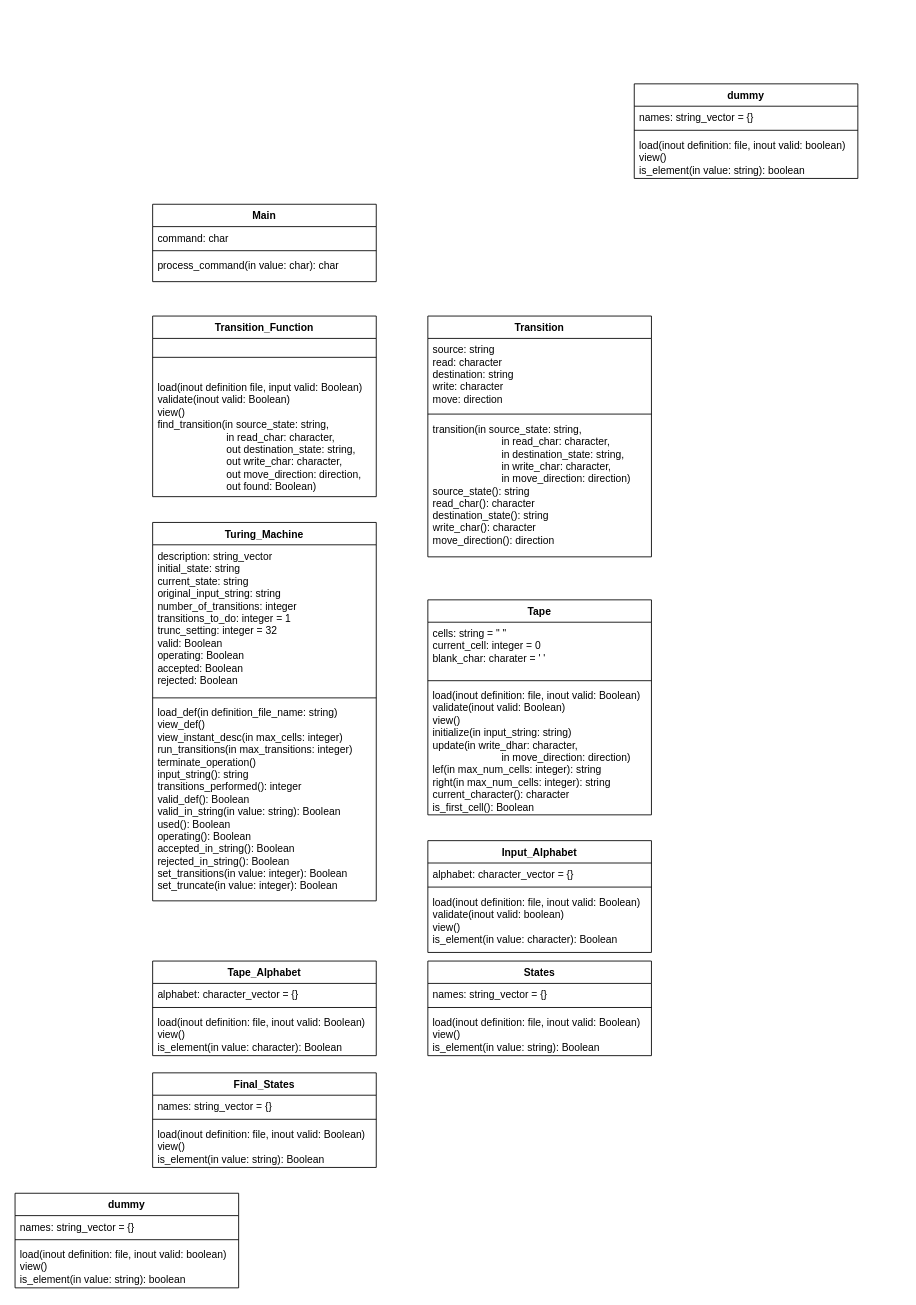
Above: TransitionFunction.drawio in IgorBCode/cv (draw.io), before the change. Source tidied: cells renumbered, new cells numbered last; positions are measured from the earlier drawing's top-left corner, leaving out a move shared by most shapes. Both pictures are drawn from the tidied source at 86%, with x=0, y=0 at pixel (15, 83).
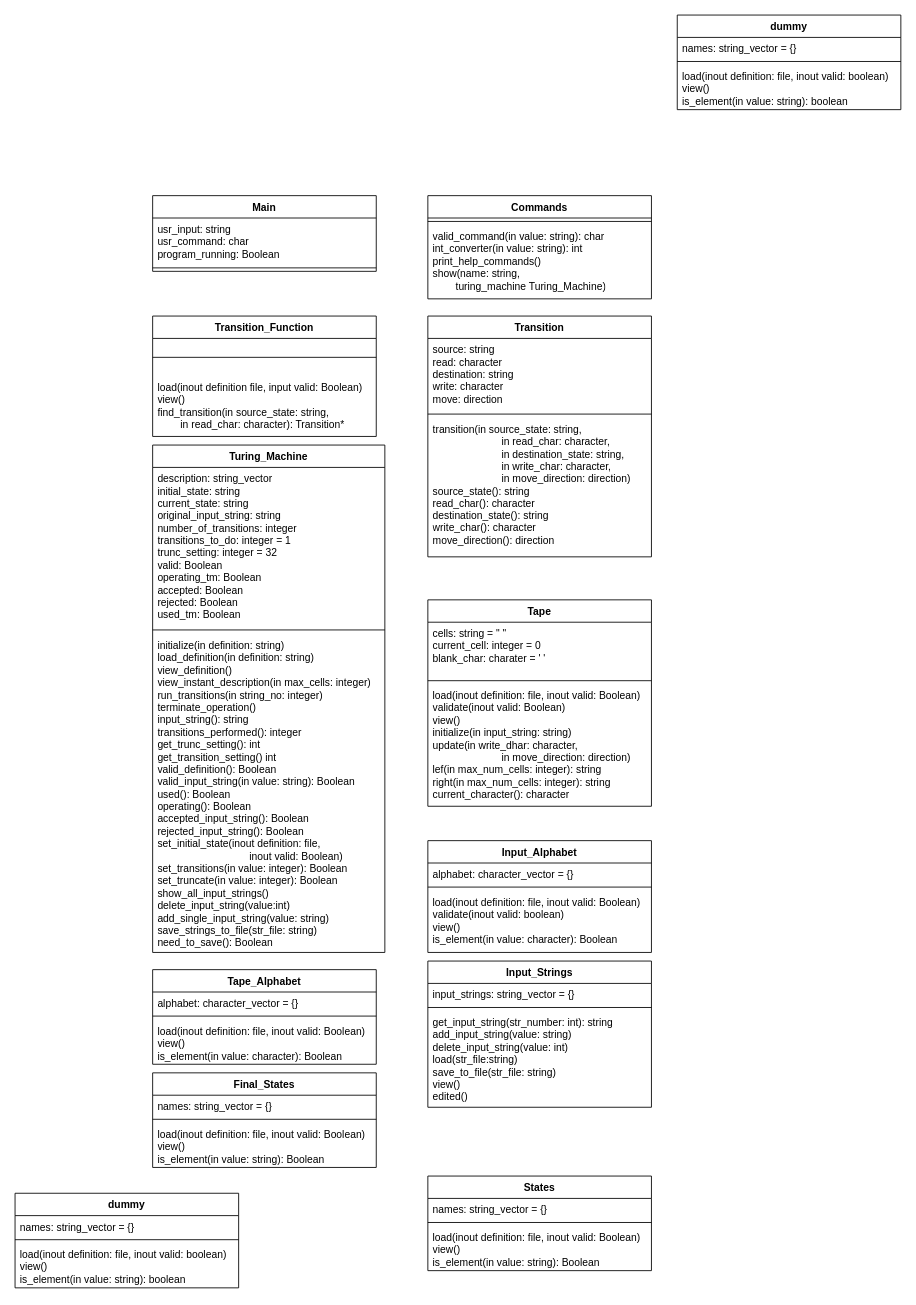
The same page after the edit.

What changed in the source:
```diff
@@
     <mxCell id="2" value="Transition_Function" style="swimlane;fontStyle=1;align=center;verticalAlign=top;horizontal=1;startSize=26;whiteSpace=wrap;html=1;" parent="1" vertex="1">
-      <mxGeometry x="160" y="270" width="260" height="210" as="geometry" />
+      <mxGeometry x="160" y="270" width="260" height="140" as="geometry" />
     </mxCell>
@@
-    <mxCell id="4" value="&lt;div&gt;load(inout definition file, input valid:&amp;nbsp;Boolean)&lt;/div&gt;&lt;div&gt;validate(inout valid:&amp;nbsp;Boolean)&lt;/div&gt;&lt;div&gt;view()&lt;/div&gt;&lt;div&gt;find_transition(in source_state: string,&lt;/div&gt;&lt;div&gt;&lt;span style=&quot;white-space: pre;&quot;&gt;&#9;&lt;/span&gt;&lt;span style=&quot;white-space: pre;&quot;&gt;&#9;&lt;/span&gt;&lt;span style=&quot;white-space: pre;&quot;&gt;&#9;&lt;/span&gt;in read_char: character,&lt;/div&gt;&lt;div&gt;&lt;span style=&quot;white-space: pre;&quot;&gt;&#9;&lt;/span&gt;&lt;span style=&quot;white-space: pre;&quot;&gt;&#9;&lt;/span&gt;&lt;span style=&quot;white-space: pre;&quot;&gt;&#9;&lt;/span&gt;out destination_state: string,&lt;/div&gt;&lt;div&gt;&lt;span style=&quot;white-space: pre;&quot;&gt;&#9;&lt;/span&gt;&lt;span style=&quot;white-space: pre;&quot;&gt;&#9;&lt;/span&gt;&lt;span style=&quot;white-space: pre;&quot;&gt;&#9;&lt;/span&gt;out write_char: character,&lt;/div&gt;&lt;div&gt;&lt;span style=&quot;white-space: pre;&quot;&gt;&#9;&lt;/span&gt;&lt;span style=&quot;white-space: pre;&quot;&gt;&#9;&lt;/span&gt;&lt;span style=&quot;white-space: pre;&quot;&gt;&#9;&lt;/span&gt;out move_direction: direction,&lt;/div&gt;&lt;div&gt;&lt;span style=&quot;white-space: pre;&quot;&gt;&#9;&lt;/span&gt;&lt;span style=&quot;white-space: pre;&quot;&gt;&#9;&lt;/span&gt;&lt;span style=&quot;white-space: pre;&quot;&gt;&#9;&lt;/span&gt;out found:&amp;nbsp;Boolean)&lt;br&gt;&lt;/div&gt;" style="text;strokeColor=none;fillColor=none;align=left;verticalAlign=top;spacingLeft=4;spacingRight=4;overflow=hidden;whiteSpace=wrap;html=1;" parent="2" vertex="1">
-      <mxGeometry y="70" width="260" height="140" as="geometry" />
+    <mxCell id="4" value="&lt;div&gt;load(inout definition file, input valid:&amp;nbsp;Boolean)&lt;/div&gt;view()&lt;div&gt;find_transition(in source_state: string,&lt;/div&gt;&lt;div&gt;&lt;span style=&quot;white-space: pre;&quot;&gt;&#9;&lt;/span&gt;in read_char: character): Transition*&lt;br&gt;&lt;/div&gt;" style="text;strokeColor=none;fillColor=none;align=left;verticalAlign=top;spacingLeft=4;spacingRight=4;overflow=hidden;whiteSpace=wrap;html=1;" parent="2" vertex="1">
+      <mxGeometry y="70" width="260" height="70" as="geometry" />
     </mxCell>
@@
     <mxCell id="9" value="Turing_Machine" style="swimlane;fontStyle=1;align=center;verticalAlign=top;horizontal=1;startSize=26;whiteSpace=wrap;html=1;" parent="1" vertex="1">
-      <mxGeometry x="160" y="510" width="260" height="440" as="geometry" />
+      <mxGeometry x="160" y="420" width="270" height="590" as="geometry" />
     </mxCell>
-    <mxCell id="10" value="&lt;div&gt;description: string_vector&lt;/div&gt;&lt;div&gt;initial_state: string&lt;/div&gt;&lt;div&gt;current_state: string&lt;/div&gt;&lt;div&gt;original_input_string: string&lt;/div&gt;&lt;div&gt;number_of_transitions: integer&lt;/div&gt;&lt;div&gt;transitions_to_do: integer = 1&lt;/div&gt;&lt;div&gt;trunc_setting: integer = 32&lt;br&gt;&lt;/div&gt;&lt;div&gt;valid: Boolean&lt;/div&gt;&lt;div&gt;operating: Boolean&lt;/div&gt;&lt;div&gt;accepted: Boolean&lt;/div&gt;&lt;div&gt;rejected: Boolean&lt;/div&gt;" style="text;strokeColor=none;fillColor=none;align=left;verticalAlign=top;spacingLeft=4;spacingRight=4;overflow=hidden;whiteSpace=wrap;html=1;" parent="9" vertex="1">
-      <mxGeometry y="26" width="260" height="174" as="geometry" />
+    <mxCell id="10" value="&lt;div&gt;description: string_vector&lt;/div&gt;&lt;div&gt;initial_state: string&lt;/div&gt;&lt;div&gt;current_state: string&lt;/div&gt;&lt;div&gt;original_input_string: string&lt;/div&gt;&lt;div&gt;number_of_transitions: integer&lt;/div&gt;&lt;div&gt;transitions_to_do: integer = 1&lt;/div&gt;&lt;div&gt;trunc_setting: integer = 32&lt;br&gt;&lt;/div&gt;&lt;div&gt;valid: Boolean&lt;/div&gt;&lt;div&gt;operating_tm: Boolean&lt;/div&gt;&lt;div&gt;accepted: Boolean&lt;/div&gt;&lt;div&gt;rejected: Boolean&lt;/div&gt;&lt;div&gt;used_tm: Boolean&lt;br&gt;&lt;/div&gt;" style="text;strokeColor=none;fillColor=none;align=left;verticalAlign=top;spacingLeft=4;spacingRight=4;overflow=hidden;whiteSpace=wrap;html=1;" parent="9" vertex="1">
+      <mxGeometry y="26" width="270" height="184" as="geometry" />
     </mxCell>
     <mxCell id="11" style="line;strokeWidth=1;fillColor=none;align=left;verticalAlign=middle;spacingTop=-1;spacingLeft=3;spacingRight=3;labelPosition=right;strokeColor=inherit;" parent="9" vertex="1">
-      <mxGeometry y="200" width="260" height="8" as="geometry" />
+      <mxGeometry y="210" width="270" height="10" as="geometry" />
     </mxCell>
-    <mxCell id="12" value="&lt;div&gt;load_def(in definition_file_name: string)&lt;/div&gt;&lt;div&gt;view_def()&lt;/div&gt;&lt;div&gt;view_instant_desc(in max_cells: integer)&lt;/div&gt;&lt;div&gt;run_transitions(in max_transitions: integer)&lt;/div&gt;&lt;div&gt;terminate_operation()&lt;/div&gt;&lt;div&gt;input_string(): string&lt;/div&gt;&lt;div&gt;transitions_performed(): integer&lt;/div&gt;&lt;div&gt;valid_def(): Boolean&lt;/div&gt;&lt;div&gt;valid_in_string(in value: string): Boolean&lt;/div&gt;&lt;div&gt;used(): Boolean&lt;/div&gt;&lt;div&gt;operating(): Boolean&lt;/div&gt;&lt;div&gt;accepted_in_string(): Boolean&lt;/div&gt;&lt;div&gt;rejected_in_string(): Boolean&lt;/div&gt;&lt;div&gt;set_transitions(in value: integer): Boolean&lt;/div&gt;&lt;div&gt;set_truncate(in value: integer): Boolean&lt;br&gt;&lt;/div&gt;" style="text;strokeColor=none;fillColor=none;align=left;verticalAlign=top;spacingLeft=4;spacingRight=4;overflow=hidden;whiteSpace=wrap;html=1;" parent="9" vertex="1">
-      <mxGeometry y="208" width="260" height="232" as="geometry" />
+    <mxCell id="12" value="&lt;div&gt;initialize(in definition: string)&lt;br&gt;&lt;/div&gt;&lt;div&gt;load_definition(in definition: string)&lt;/div&gt;&lt;div&gt;view_definition()&lt;/div&gt;&lt;div&gt;view_instant_description(in max_cells: integer)&lt;/div&gt;&lt;div&gt;run_transitions(in string_no: integer)&lt;/div&gt;&lt;div&gt;terminate_operation()&lt;/div&gt;&lt;div&gt;input_string(): string&lt;/div&gt;&lt;div&gt;transitions_performed(): integer&lt;/div&gt;&lt;div&gt;get_trunc_setting(): int&lt;/div&gt;&lt;div&gt;get_transition_setting() int&lt;br&gt;&lt;/div&gt;&lt;div&gt;valid_definition(): Boolean&lt;/div&gt;&lt;div&gt;valid_input_string(in value: string): Boolean&lt;/div&gt;&lt;div&gt;used(): Boolean&lt;/div&gt;&lt;div&gt;operating(): Boolean&lt;/div&gt;&lt;div&gt;accepted_input_string(): Boolean&lt;/div&gt;&lt;div&gt;rejected_input_string(): Boolean&lt;/div&gt;&lt;div&gt;set_initial_state(inout definition: file,&amp;nbsp;&lt;/div&gt;&lt;div&gt;&lt;span style=&quot;white-space: pre;&quot;&gt;&#9;&lt;/span&gt;&lt;span style=&quot;white-space: pre;&quot;&gt;&#9;&lt;/span&gt;&lt;span style=&quot;white-space: pre;&quot;&gt;&#9;&lt;/span&gt;&lt;span style=&quot;white-space: pre;&quot;&gt;&#9;&lt;/span&gt;inout valid: Boolean)&lt;br&gt;&lt;/div&gt;&lt;div&gt;set_transitions(in value: integer): Boolean&lt;/div&gt;&lt;div&gt;set_truncate(in value: integer): Boolean&lt;/div&gt;&lt;div&gt;show_all_input_strings()&lt;/div&gt;&lt;div&gt;delete_input_string(value:int)&lt;/div&gt;&lt;div&gt;add_single_input_string(value: string)&lt;/div&gt;&lt;div&gt;save_strings_to_file(str_file: string)&lt;/div&gt;&lt;div&gt;need_to_save(): Boolean&lt;br&gt;&lt;/div&gt;" style="text;strokeColor=none;fillColor=none;align=left;verticalAlign=top;spacingLeft=4;spacingRight=4;overflow=hidden;whiteSpace=wrap;html=1;" parent="9" vertex="1">
+      <mxGeometry y="220" width="270" height="370" as="geometry" />
     </mxCell>
     <mxCell id="13" value="Tape" style="swimlane;fontStyle=1;align=center;verticalAlign=top;horizontal=1;startSize=26;whiteSpace=wrap;html=1;" parent="1" vertex="1">
-      <mxGeometry x="480" y="600" width="260" height="250" as="geometry" />
+      <mxGeometry x="480" y="600" width="260" height="240" as="geometry" />
     </mxCell>
@@
-    <mxCell id="16" value="&lt;div&gt;load(inout definition: file, inout valid:&amp;nbsp;Boolean)&lt;/div&gt;&lt;div&gt;validate(inout valid:&amp;nbsp;Boolean)&lt;/div&gt;&lt;div&gt;view()&lt;/div&gt;&lt;div&gt;initialize(in input_string: string)&lt;/div&gt;&lt;div&gt;update(in write_dhar: character,&lt;/div&gt;&lt;div&gt;&lt;span style=&quot;white-space: pre;&quot;&gt;&#9;&lt;/span&gt;&lt;span style=&quot;white-space: pre;&quot;&gt;&#9;&lt;/span&gt;&lt;span style=&quot;white-space: pre;&quot;&gt;&#9;&lt;/span&gt;in move_direction: direction)&lt;/div&gt;&lt;div&gt;lef(in max_num_cells: integer): string&lt;/div&gt;&lt;div&gt;right(in max_num_cells: integer): string&lt;/div&gt;&lt;div&gt;current_character(): character&lt;/div&gt;&lt;div&gt;is_first_cell(): Boolean&lt;/div&gt;" style="text;strokeColor=none;fillColor=none;align=left;verticalAlign=top;spacingLeft=4;spacingRight=4;overflow=hidden;whiteSpace=wrap;html=1;" parent="13" vertex="1">
-      <mxGeometry y="98" width="260" height="152" as="geometry" />
+    <mxCell id="16" value="&lt;div&gt;load(inout definition: file, inout valid:&amp;nbsp;Boolean)&lt;/div&gt;&lt;div&gt;validate(inout valid:&amp;nbsp;Boolean)&lt;/div&gt;&lt;div&gt;view()&lt;/div&gt;&lt;div&gt;initialize(in input_string: string)&lt;/div&gt;&lt;div&gt;update(in write_dhar: character,&lt;/div&gt;&lt;div&gt;&lt;span style=&quot;white-space: pre;&quot;&gt;&#9;&lt;/span&gt;&lt;span style=&quot;white-space: pre;&quot;&gt;&#9;&lt;/span&gt;&lt;span style=&quot;white-space: pre;&quot;&gt;&#9;&lt;/span&gt;in move_direction: direction)&lt;/div&gt;&lt;div&gt;lef(in max_num_cells: integer): string&lt;/div&gt;&lt;div&gt;right(in max_num_cells: integer): string&lt;/div&gt;&lt;div&gt;current_character(): character&lt;/div&gt;" style="text;strokeColor=none;fillColor=none;align=left;verticalAlign=top;spacingLeft=4;spacingRight=4;overflow=hidden;whiteSpace=wrap;html=1;" parent="13" vertex="1">
+      <mxGeometry y="98" width="260" height="142" as="geometry" />
     </mxCell>
@@
     <mxCell id="21" value="Tape_Alphabet" style="swimlane;fontStyle=1;align=center;verticalAlign=top;horizontal=1;startSize=26;whiteSpace=wrap;html=1;" parent="1" vertex="1">
-      <mxGeometry x="160" y="1020" width="260" height="110" as="geometry" />
+      <mxGeometry x="160" y="1030" width="260" height="110" as="geometry" />
     </mxCell>
@@
     <mxCell id="25" value="States" style="swimlane;fontStyle=1;align=center;verticalAlign=top;horizontal=1;startSize=26;whiteSpace=wrap;html=1;" parent="1" vertex="1">
-      <mxGeometry x="480" y="1020" width="260" height="110" as="geometry" />
+      <mxGeometry x="480" y="1270" width="260" height="110" as="geometry" />
     </mxCell>
@@
     <mxCell id="37" value="dummy" style="swimlane;fontStyle=1;align=center;verticalAlign=top;horizontal=1;startSize=26;whiteSpace=wrap;html=1;" parent="1" vertex="1">
-      <mxGeometry x="720" width="260" height="110" as="geometry" />
+      <mxGeometry x="770" y="-80" width="260" height="110" as="geometry" />
     </mxCell>
@@
     <mxCell id="41" value="Main" style="swimlane;fontStyle=1;align=center;verticalAlign=top;horizontal=1;startSize=26;whiteSpace=wrap;html=1;" parent="1" vertex="1">
-      <mxGeometry x="160" y="140" width="260" height="90" as="geometry" />
+      <mxGeometry x="160" y="130" width="260" height="88" as="geometry" />
     </mxCell>
-    <mxCell id="42" value="command: char" style="text;strokeColor=none;fillColor=none;align=left;verticalAlign=top;spacingLeft=4;spacingRight=4;overflow=hidden;whiteSpace=wrap;html=1;" parent="41" vertex="1">
-      <mxGeometry y="26" width="260" height="24" as="geometry" />
+    <mxCell id="42" value="&lt;div&gt;usr_input: string&lt;/div&gt;&lt;div&gt;usr_command: char&lt;/div&gt;&lt;div&gt;program_running: Boolean&lt;br&gt;&lt;/div&gt;" style="text;strokeColor=none;fillColor=none;align=left;verticalAlign=top;spacingLeft=4;spacingRight=4;overflow=hidden;whiteSpace=wrap;html=1;" parent="41" vertex="1">
+      <mxGeometry y="26" width="260" height="54" as="geometry" />
     </mxCell>
     <mxCell id="43" style="line;strokeWidth=1;fillColor=none;align=left;verticalAlign=middle;spacingTop=-1;spacingLeft=3;spacingRight=3;labelPosition=right;strokeColor=inherit;" parent="41" vertex="1">
-      <mxGeometry y="50" width="260" height="8" as="geometry" />
+      <mxGeometry y="80" width="260" height="8" as="geometry" />
     </mxCell>
-    <mxCell id="44" value="process_command(in value: char): char" style="text;strokeColor=none;fillColor=none;align=left;verticalAlign=top;spacingLeft=4;spacingRight=4;overflow=hidden;whiteSpace=wrap;html=1;" parent="41" vertex="1">
-      <mxGeometry y="58" width="260" height="32" as="geometry" />
-    </mxCell>
+    <mxCell id="45" value="Commands" style="swimlane;fontStyle=1;align=center;verticalAlign=top;horizontal=1;startSize=26;whiteSpace=wrap;html=1;" parent="1" vertex="1">
+      <mxGeometry x="480" y="130" width="260" height="120" as="geometry" />
+    </mxCell>
+    <mxCell id="46" style="line;strokeWidth=1;fillColor=none;align=left;verticalAlign=middle;spacingTop=-1;spacingLeft=3;spacingRight=3;labelPosition=right;strokeColor=inherit;" parent="45" vertex="1">
+      <mxGeometry y="26" width="260" height="8" as="geometry" />
+    </mxCell>
+    <mxCell id="47" value="&lt;div&gt;valid_command(in value: string): char&lt;/div&gt;&lt;div&gt;int_converter(in value: string): int&lt;/div&gt;&lt;div&gt;print_help_commands()&lt;/div&gt;&lt;div&gt;show(name: string,&amp;nbsp;&lt;/div&gt;&lt;div&gt;&lt;span style=&quot;white-space: pre;&quot;&gt;&#9;&lt;/span&gt;turing_machine Turing_Machine)&lt;br&gt;&lt;/div&gt;" style="text;strokeColor=none;fillColor=none;align=left;verticalAlign=top;spacingLeft=4;spacingRight=4;overflow=hidden;whiteSpace=wrap;html=1;" parent="45" vertex="1">
+      <mxGeometry y="34" width="260" height="86" as="geometry" />
+    </mxCell>
+    <mxCell id="48" value="Input_Strings" style="swimlane;fontStyle=1;align=center;verticalAlign=top;horizontal=1;startSize=26;whiteSpace=wrap;html=1;" parent="1" vertex="1">
+      <mxGeometry x="480" y="1020" width="260" height="170" as="geometry" />
+    </mxCell>
+    <mxCell id="49" value="input_strings: string_vector = {}" style="text;strokeColor=none;fillColor=none;align=left;verticalAlign=top;spacingLeft=4;spacingRight=4;overflow=hidden;whiteSpace=wrap;html=1;" parent="48" vertex="1">
+      <mxGeometry y="26" width="260" height="24" as="geometry" />
+    </mxCell>
+    <mxCell id="50" style="line;strokeWidth=1;fillColor=none;align=left;verticalAlign=middle;spacingTop=-1;spacingLeft=3;spacingRight=3;labelPosition=right;strokeColor=inherit;" parent="48" vertex="1">
+      <mxGeometry y="50" width="260" height="8" as="geometry" />
+    </mxCell>
+    <mxCell id="51" value="&lt;div&gt;get_input_string(str_number: int): string&lt;/div&gt;&lt;div&gt;add_input_string(value: string)&lt;/div&gt;&lt;div&gt;delete_input_string(value: int)&lt;/div&gt;&lt;div&gt;load(str_file:string)&lt;/div&gt;&lt;div&gt;save_to_file(str_file: string)&lt;/div&gt;&lt;div&gt;view()&lt;/div&gt;&lt;div&gt;edited()&lt;br&gt;&lt;/div&gt;" style="text;strokeColor=none;fillColor=none;align=left;verticalAlign=top;spacingLeft=4;spacingRight=4;overflow=hidden;whiteSpace=wrap;html=1;" parent="48" vertex="1">
+      <mxGeometry y="58" width="260" height="112" as="geometry" />
+    </mxCell>
```
